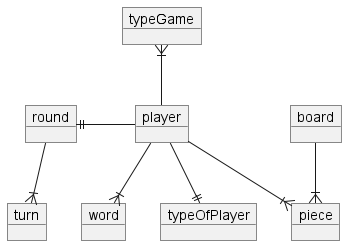
Before: out/dataModels/ConceptualModel/VocabularyConceptualModelMain.png, a diagram exported from PlantUML (Gabs16TL/Second_Project_Peristence).
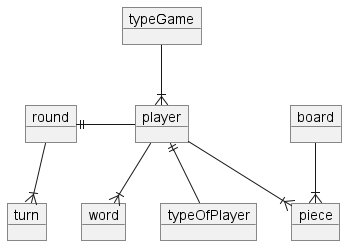
The same file after the commit.

What changed in the source:
```diff
@@ -6,9 +6,9 @@
 object typeGame
 object typeOfPlayer
 
-player -up-|{ typeGame
+player }|-up- typeGame
 round --|{ turn
-player --|| typeOfPlayer
+player ||-- typeOfPlayer
 player -left-|| round
 
 object board
```
